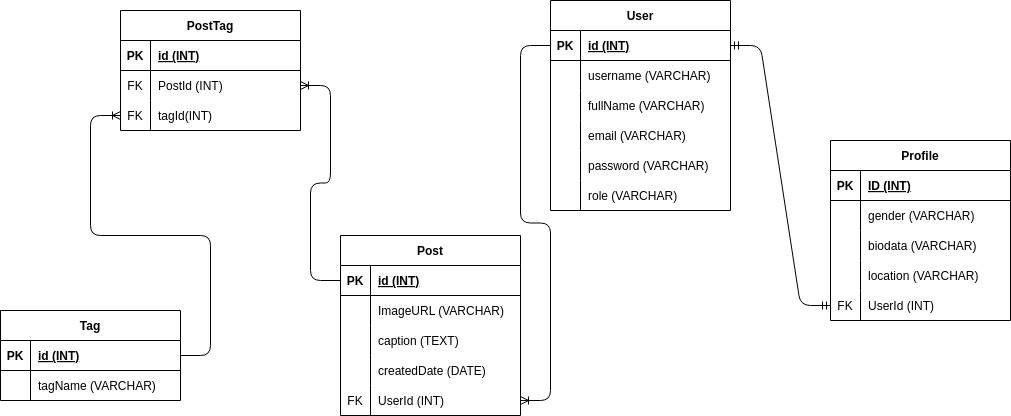
Earlier version of the draw.io export schema.drawio.png (nrlizahh/fsjs-PP-InstagramClone). Source tidied: cells renumbered, new cells last; positions are measured from the earlier drawing's top-left corner, leaving out a move shared by most shapes. Source of this version:
```xml
<mxGraphModel>
  <root>
    <mxCell id="0" />
    <mxCell id="1" parent="0" />
    <mxCell id="2" value="User" style="shape=table;startSize=30;rowLines=0;fontStyle=1;align=center;" parent="1" vertex="1">
      <mxGeometry x="550" width="180" height="210" as="geometry" />
    </mxCell>
    <mxCell id="3" style="shape=tableRow;horizontal=0;startSize=0;swimlaneHead=0;swimlaneBody=0;fillColor=none;points=[[0,0.5],[1,0.5]];portConstraint=eastwest;top=0;left=0;right=0;bottom=1;" parent="2" vertex="1">
      <mxGeometry y="30" width="180" height="30" as="geometry" />
    </mxCell>
    <mxCell id="4" value="PK" style="shape=partialRectangle;fillColor=none;top=0;left=0;bottom=0;right=0;fontStyle=1;overflow=hidden;" parent="3" vertex="1">
      <mxGeometry width="30" height="30" as="geometry" />
    </mxCell>
    <mxCell id="5" value="id (INT)" style="shape=partialRectangle;fillColor=none;top=0;left=0;bottom=0;right=0;align=left;spacingLeft=6;fontStyle=5;overflow=hidden;" parent="3" vertex="1">
      <mxGeometry x="30" width="150" height="30" as="geometry" />
    </mxCell>
    <mxCell id="6" style="shape=tableRow;horizontal=0;startSize=0;swimlaneHead=0;swimlaneBody=0;fillColor=none;top=0;left=0;right=0;bottom=0;" parent="2" vertex="1">
      <mxGeometry y="60" width="180" height="30" as="geometry" />
    </mxCell>
    <mxCell id="7" style="shape=partialRectangle;fillColor=none;top=0;left=0;bottom=0;right=0;overflow=hidden;" parent="6" vertex="1">
      <mxGeometry width="30" height="30" as="geometry" />
    </mxCell>
    <mxCell id="8" value="username (VARCHAR)" style="shape=partialRectangle;fillColor=none;top=0;left=0;bottom=0;right=0;align=left;spacingLeft=6;overflow=hidden;" parent="6" vertex="1">
      <mxGeometry x="30" width="150" height="30" as="geometry" />
    </mxCell>
    <mxCell id="9" style="shape=tableRow;horizontal=0;startSize=0;swimlaneHead=0;swimlaneBody=0;fillColor=none;top=0;left=0;right=0;bottom=0;" parent="2" vertex="1">
      <mxGeometry y="90" width="180" height="30" as="geometry" />
    </mxCell>
    <mxCell id="10" style="shape=partialRectangle;fillColor=none;top=0;left=0;bottom=0;right=0;overflow=hidden;" parent="9" vertex="1">
      <mxGeometry width="30" height="30" as="geometry" />
    </mxCell>
    <mxCell id="11" value="fullName (VARCHAR)" style="shape=partialRectangle;fillColor=none;top=0;left=0;bottom=0;right=0;align=left;spacingLeft=6;overflow=hidden;" parent="9" vertex="1">
      <mxGeometry x="30" width="150" height="30" as="geometry" />
    </mxCell>
    <mxCell id="12" style="shape=tableRow;horizontal=0;startSize=0;swimlaneHead=0;swimlaneBody=0;fillColor=none;top=0;left=0;right=0;bottom=0;" parent="2" vertex="1">
      <mxGeometry y="120" width="180" height="30" as="geometry" />
    </mxCell>
    <mxCell id="13" style="shape=partialRectangle;fillColor=none;top=0;left=0;bottom=0;right=0;overflow=hidden;" parent="12" vertex="1">
      <mxGeometry width="30" height="30" as="geometry" />
    </mxCell>
    <mxCell id="14" value="email (VARCHAR)" style="shape=partialRectangle;fillColor=none;top=0;left=0;bottom=0;right=0;align=left;spacingLeft=6;overflow=hidden;" parent="12" vertex="1">
      <mxGeometry x="30" width="150" height="30" as="geometry" />
    </mxCell>
    <mxCell id="15" style="shape=tableRow;horizontal=0;startSize=0;swimlaneHead=0;swimlaneBody=0;fillColor=none;top=0;left=0;right=0;bottom=0;" parent="2" vertex="1">
      <mxGeometry y="150" width="180" height="30" as="geometry" />
    </mxCell>
    <mxCell id="16" style="shape=partialRectangle;fillColor=none;top=0;left=0;bottom=0;right=0;overflow=hidden;" parent="15" vertex="1">
      <mxGeometry width="30" height="30" as="geometry" />
    </mxCell>
    <mxCell id="17" value="password (VARCHAR)" style="shape=partialRectangle;fillColor=none;top=0;left=0;bottom=0;right=0;align=left;spacingLeft=6;overflow=hidden;" parent="15" vertex="1">
      <mxGeometry x="30" width="150" height="30" as="geometry" />
    </mxCell>
    <mxCell id="18" style="shape=tableRow;horizontal=0;startSize=0;swimlaneHead=0;swimlaneBody=0;fillColor=none;top=0;left=0;right=0;bottom=0;" parent="2" vertex="1">
      <mxGeometry y="180" width="180" height="30" as="geometry" />
    </mxCell>
    <mxCell id="19" style="shape=partialRectangle;fillColor=none;top=0;left=0;bottom=0;right=0;overflow=hidden;" parent="18" vertex="1">
      <mxGeometry width="30" height="30" as="geometry" />
    </mxCell>
    <mxCell id="20" value="role (VARCHAR)" style="shape=partialRectangle;fillColor=none;top=0;left=0;bottom=0;right=0;align=left;spacingLeft=6;overflow=hidden;" parent="18" vertex="1">
      <mxGeometry x="30" width="150" height="30" as="geometry" />
    </mxCell>
    <mxCell id="21" value="Profile" style="shape=table;startSize=30;rowLines=0;fontStyle=1;align=center;" parent="1" vertex="1">
      <mxGeometry x="830" y="140" width="180" height="180" as="geometry" />
    </mxCell>
    <mxCell id="22" style="shape=tableRow;horizontal=0;startSize=0;swimlaneHead=0;swimlaneBody=0;fillColor=none;top=0;left=0;right=0;bottom=1;" parent="21" vertex="1">
      <mxGeometry y="30" width="180" height="30" as="geometry" />
    </mxCell>
    <mxCell id="23" value="PK" style="shape=partialRectangle;fillColor=none;top=0;left=0;bottom=0;right=0;fontStyle=1;overflow=hidden;" parent="22" vertex="1">
      <mxGeometry width="30" height="30" as="geometry" />
    </mxCell>
    <mxCell id="24" value="ID (INT)" style="shape=partialRectangle;fillColor=none;top=0;left=0;bottom=0;right=0;align=left;spacingLeft=6;fontStyle=5;overflow=hidden;" parent="22" vertex="1">
      <mxGeometry x="30" width="150" height="30" as="geometry" />
    </mxCell>
    <mxCell id="25" style="shape=tableRow;horizontal=0;startSize=0;swimlaneHead=0;swimlaneBody=0;fillColor=none;top=0;left=0;right=0;bottom=0;" parent="21" vertex="1">
      <mxGeometry y="60" width="180" height="30" as="geometry" />
    </mxCell>
    <mxCell id="26" style="shape=partialRectangle;fillColor=none;top=0;left=0;bottom=0;right=0;overflow=hidden;" parent="25" vertex="1">
      <mxGeometry width="30" height="30" as="geometry" />
    </mxCell>
    <mxCell id="27" value="gender (VARCHAR)" style="shape=partialRectangle;fillColor=none;top=0;left=0;bottom=0;right=0;align=left;spacingLeft=6;overflow=hidden;" parent="25" vertex="1">
      <mxGeometry x="30" width="150" height="30" as="geometry" />
    </mxCell>
    <mxCell id="28" style="shape=tableRow;horizontal=0;startSize=0;swimlaneHead=0;swimlaneBody=0;fillColor=none;top=0;left=0;right=0;bottom=0;" parent="21" vertex="1">
      <mxGeometry y="90" width="180" height="30" as="geometry" />
    </mxCell>
    <mxCell id="29" style="shape=partialRectangle;fillColor=none;top=0;left=0;bottom=0;right=0;overflow=hidden;" parent="28" vertex="1">
      <mxGeometry width="30" height="30" as="geometry" />
    </mxCell>
    <mxCell id="30" value="biodata (VARCHAR)" style="shape=partialRectangle;fillColor=none;top=0;left=0;bottom=0;right=0;align=left;spacingLeft=6;overflow=hidden;" parent="28" vertex="1">
      <mxGeometry x="30" width="150" height="30" as="geometry" />
    </mxCell>
    <mxCell id="31" style="shape=tableRow;horizontal=0;startSize=0;swimlaneHead=0;swimlaneBody=0;fillColor=none;top=0;left=0;right=0;bottom=0;" parent="21" vertex="1">
      <mxGeometry y="120" width="180" height="30" as="geometry" />
    </mxCell>
    <mxCell id="32" style="shape=partialRectangle;fillColor=none;top=0;left=0;bottom=0;right=0;overflow=hidden;" parent="31" vertex="1">
      <mxGeometry width="30" height="30" as="geometry" />
    </mxCell>
    <mxCell id="33" value="location (VARCHAR)" style="shape=partialRectangle;fillColor=none;top=0;left=0;bottom=0;right=0;align=left;spacingLeft=6;overflow=hidden;" parent="31" vertex="1">
      <mxGeometry x="30" width="150" height="30" as="geometry" />
    </mxCell>
    <mxCell id="34" style="shape=tableRow;horizontal=0;startSize=0;swimlaneHead=0;swimlaneBody=0;fillColor=none;points=[[0,0.5],[1,0.5]];portConstraint=eastwest;top=0;left=0;right=0;bottom=0;" parent="21" vertex="1">
      <mxGeometry y="150" width="180" height="30" as="geometry" />
    </mxCell>
    <mxCell id="35" value="FK" style="shape=partialRectangle;fillColor=none;top=0;left=0;bottom=0;right=0;overflow=hidden;" parent="34" vertex="1">
      <mxGeometry width="30" height="30" as="geometry" />
    </mxCell>
    <mxCell id="36" value="UserId (INT)" style="shape=partialRectangle;fillColor=none;top=0;left=0;bottom=0;right=0;align=left;spacingLeft=6;overflow=hidden;" parent="34" vertex="1">
      <mxGeometry x="30" width="150" height="30" as="geometry" />
    </mxCell>
    <mxCell id="37" style="edgeStyle=entityRelationEdgeStyle;fontSize=12;html=1;endArrow=ERmandOne;startArrow=ERmandOne;exitX=1;exitY=0.5;exitDx=0;exitDy=0;entryX=0;entryY=0.5;entryDx=0;entryDy=0;" parent="1" edge="1" source="3" target="34">
      <mxGeometry relative="1" as="geometry" />
    </mxCell>
    <mxCell id="38" value="Post" style="shape=table;startSize=30;rowLines=0;fontStyle=1;align=center;" parent="1" vertex="1">
      <mxGeometry x="340" y="235" width="180" height="180" as="geometry" />
    </mxCell>
    <mxCell id="39" style="shape=tableRow;horizontal=0;startSize=0;swimlaneHead=0;swimlaneBody=0;fillColor=none;points=[[0,0.5],[1,0.5]];portConstraint=eastwest;top=0;left=0;right=0;bottom=1;" parent="38" vertex="1">
      <mxGeometry y="30" width="180" height="30" as="geometry" />
    </mxCell>
    <mxCell id="40" value="PK" style="shape=partialRectangle;fillColor=none;top=0;left=0;bottom=0;right=0;fontStyle=1;overflow=hidden;" parent="39" vertex="1">
      <mxGeometry width="30" height="30" as="geometry" />
    </mxCell>
    <mxCell id="41" value="id (INT)" style="shape=partialRectangle;fillColor=none;top=0;left=0;bottom=0;right=0;align=left;spacingLeft=6;fontStyle=5;overflow=hidden;" parent="39" vertex="1">
      <mxGeometry x="30" width="150" height="30" as="geometry" />
    </mxCell>
    <mxCell id="42" style="shape=tableRow;horizontal=0;startSize=0;swimlaneHead=0;swimlaneBody=0;fillColor=none;top=0;left=0;right=0;bottom=0;" parent="38" vertex="1">
      <mxGeometry y="60" width="180" height="30" as="geometry" />
    </mxCell>
    <mxCell id="43" style="shape=partialRectangle;fillColor=none;top=0;left=0;bottom=0;right=0;overflow=hidden;" parent="42" vertex="1">
      <mxGeometry width="30" height="30" as="geometry" />
    </mxCell>
    <mxCell id="44" value="ImageURL (VARCHAR)" style="shape=partialRectangle;fillColor=none;top=0;left=0;bottom=0;right=0;align=left;spacingLeft=6;overflow=hidden;" parent="42" vertex="1">
      <mxGeometry x="30" width="150" height="30" as="geometry" />
    </mxCell>
    <mxCell id="45" style="shape=tableRow;horizontal=0;startSize=0;swimlaneHead=0;swimlaneBody=0;fillColor=none;top=0;left=0;right=0;bottom=0;" parent="38" vertex="1">
      <mxGeometry y="90" width="180" height="30" as="geometry" />
    </mxCell>
    <mxCell id="46" style="shape=partialRectangle;fillColor=none;top=0;left=0;bottom=0;right=0;overflow=hidden;" parent="45" vertex="1">
      <mxGeometry width="30" height="30" as="geometry" />
    </mxCell>
    <mxCell id="47" value="caption (TEXT)" style="shape=partialRectangle;fillColor=none;top=0;left=0;bottom=0;right=0;align=left;spacingLeft=6;overflow=hidden;" parent="45" vertex="1">
      <mxGeometry x="30" width="150" height="30" as="geometry" />
    </mxCell>
    <mxCell id="48" style="shape=tableRow;horizontal=0;startSize=0;swimlaneHead=0;swimlaneBody=0;fillColor=none;top=0;left=0;right=0;bottom=0;" parent="38" vertex="1">
      <mxGeometry y="120" width="180" height="30" as="geometry" />
    </mxCell>
    <mxCell id="49" style="shape=partialRectangle;fillColor=none;top=0;left=0;bottom=0;right=0;overflow=hidden;" parent="48" vertex="1">
      <mxGeometry width="30" height="30" as="geometry" />
    </mxCell>
    <mxCell id="50" value="createdDate (DATE)" style="shape=partialRectangle;fillColor=none;top=0;left=0;bottom=0;right=0;align=left;spacingLeft=6;overflow=hidden;" parent="48" vertex="1">
      <mxGeometry x="30" width="150" height="30" as="geometry" />
    </mxCell>
    <mxCell id="51" style="shape=tableRow;horizontal=0;startSize=0;swimlaneHead=0;swimlaneBody=0;fillColor=none;points=[[0,0.5],[1,0.5]];portConstraint=eastwest;top=0;left=0;right=0;bottom=0;" parent="38" vertex="1">
      <mxGeometry y="150" width="180" height="30" as="geometry" />
    </mxCell>
    <mxCell id="52" value="FK" style="shape=partialRectangle;fillColor=none;top=0;left=0;bottom=0;right=0;overflow=hidden;" parent="51" vertex="1">
      <mxGeometry width="30" height="30" as="geometry" />
    </mxCell>
    <mxCell id="53" value="UserId (INT)" style="shape=partialRectangle;fillColor=none;top=0;left=0;bottom=0;right=0;align=left;spacingLeft=6;overflow=hidden;" parent="51" vertex="1">
      <mxGeometry x="30" width="150" height="30" as="geometry" />
    </mxCell>
    <mxCell id="54" style="edgeStyle=entityRelationEdgeStyle;fontSize=12;html=1;endArrow=ERoneToMany;entryX=1;entryY=0.5;entryDx=0;entryDy=0;exitX=0;exitY=0.5;exitDx=0;exitDy=0;" parent="1" edge="1" source="3" target="51">
      <mxGeometry relative="1" as="geometry" />
    </mxCell>
    <mxCell id="55" value="Tag" style="shape=table;startSize=30;rowLines=0;fontStyle=1;align=center;" parent="1" vertex="1">
      <mxGeometry y="310" width="180" height="90" as="geometry" />
    </mxCell>
    <mxCell id="56" style="shape=tableRow;horizontal=0;startSize=0;swimlaneHead=0;swimlaneBody=0;fillColor=none;points=[[0,0.5],[1,0.5]];portConstraint=eastwest;top=0;left=0;right=0;bottom=1;" parent="55" vertex="1">
      <mxGeometry y="30" width="180" height="30" as="geometry" />
    </mxCell>
    <mxCell id="57" value="PK" style="shape=partialRectangle;fillColor=none;top=0;left=0;bottom=0;right=0;fontStyle=1;overflow=hidden;" parent="56" vertex="1">
      <mxGeometry width="30" height="30" as="geometry" />
    </mxCell>
    <mxCell id="58" value="id (INT)" style="shape=partialRectangle;fillColor=none;top=0;left=0;bottom=0;right=0;align=left;spacingLeft=6;fontStyle=5;overflow=hidden;" parent="56" vertex="1">
      <mxGeometry x="30" width="150" height="30" as="geometry" />
    </mxCell>
    <mxCell id="59" style="shape=tableRow;horizontal=0;startSize=0;swimlaneHead=0;swimlaneBody=0;fillColor=none;top=0;left=0;right=0;bottom=0;" parent="55" vertex="1">
      <mxGeometry y="60" width="180" height="30" as="geometry" />
    </mxCell>
    <mxCell id="60" style="shape=partialRectangle;fillColor=none;top=0;left=0;bottom=0;right=0;overflow=hidden;" parent="59" vertex="1">
      <mxGeometry width="30" height="30" as="geometry" />
    </mxCell>
    <mxCell id="61" value="tagName (VARCHAR)" style="shape=partialRectangle;fillColor=none;top=0;left=0;bottom=0;right=0;align=left;spacingLeft=6;overflow=hidden;" parent="59" vertex="1">
      <mxGeometry x="30" width="150" height="30" as="geometry" />
    </mxCell>
    <mxCell id="62" value="PostTag" style="shape=table;startSize=30;rowLines=0;fontStyle=1;align=center;" parent="1" vertex="1">
      <mxGeometry x="120" y="10" width="180" height="120" as="geometry" />
    </mxCell>
    <mxCell id="63" style="shape=tableRow;horizontal=0;startSize=0;swimlaneHead=0;swimlaneBody=0;fillColor=none;top=0;left=0;right=0;bottom=1;" parent="62" vertex="1">
      <mxGeometry y="30" width="180" height="30" as="geometry" />
    </mxCell>
    <mxCell id="64" value="PK" style="shape=partialRectangle;fillColor=none;top=0;left=0;bottom=0;right=0;fontStyle=1;overflow=hidden;" parent="63" vertex="1">
      <mxGeometry width="30" height="30" as="geometry" />
    </mxCell>
    <mxCell id="65" value="id (INT)" style="shape=partialRectangle;fillColor=none;top=0;left=0;bottom=0;right=0;align=left;spacingLeft=6;fontStyle=5;overflow=hidden;" parent="63" vertex="1">
      <mxGeometry x="30" width="150" height="30" as="geometry" />
    </mxCell>
    <mxCell id="66" style="shape=tableRow;horizontal=0;startSize=0;swimlaneHead=0;swimlaneBody=0;fillColor=none;points=[[0,0.5],[1,0.5]];portConstraint=eastwest;top=0;left=0;right=0;bottom=0;" parent="62" vertex="1">
      <mxGeometry y="60" width="180" height="30" as="geometry" />
    </mxCell>
    <mxCell id="67" value="FK" style="shape=partialRectangle;fillColor=none;top=0;left=0;bottom=0;right=0;overflow=hidden;" parent="66" vertex="1">
      <mxGeometry width="30" height="30" as="geometry" />
    </mxCell>
    <mxCell id="68" value="PostId (INT)" style="shape=partialRectangle;fillColor=none;top=0;left=0;bottom=0;right=0;align=left;spacingLeft=6;overflow=hidden;" parent="66" vertex="1">
      <mxGeometry x="30" width="150" height="30" as="geometry" />
    </mxCell>
    <mxCell id="69" style="shape=tableRow;horizontal=0;startSize=0;swimlaneHead=0;swimlaneBody=0;fillColor=none;top=0;left=0;right=0;bottom=0;" parent="62" vertex="1">
      <mxGeometry y="90" width="180" height="30" as="geometry" />
    </mxCell>
    <mxCell id="70" value="FK" style="shape=partialRectangle;fillColor=none;top=0;left=0;bottom=0;right=0;overflow=hidden;" parent="69" vertex="1">
      <mxGeometry width="30" height="30" as="geometry" />
    </mxCell>
    <mxCell id="71" value="tagId(INT)" style="shape=partialRectangle;fillColor=none;top=0;left=0;bottom=0;right=0;align=left;spacingLeft=6;overflow=hidden;" parent="69" vertex="1">
      <mxGeometry x="30" width="150" height="30" as="geometry" />
    </mxCell>
    <mxCell id="72" style="edgeStyle=entityRelationEdgeStyle;fontSize=12;html=1;endArrow=ERoneToMany;exitX=1;exitY=0.5;exitDx=0;exitDy=0;" parent="1" edge="1" source="56">
      <mxGeometry relative="1" as="geometry">
        <mxPoint x="120" y="115" as="targetPoint" />
      </mxGeometry>
    </mxCell>
    <mxCell id="73" style="edgeStyle=entityRelationEdgeStyle;fontSize=12;html=1;endArrow=ERoneToMany;entryX=1;entryY=0.5;entryDx=0;entryDy=0;exitX=0;exitY=0.5;exitDx=0;exitDy=0;" parent="1" edge="1" source="39" target="66">
      <mxGeometry relative="1" as="geometry" />
    </mxCell>
  </root>
</mxGraphModel>
```
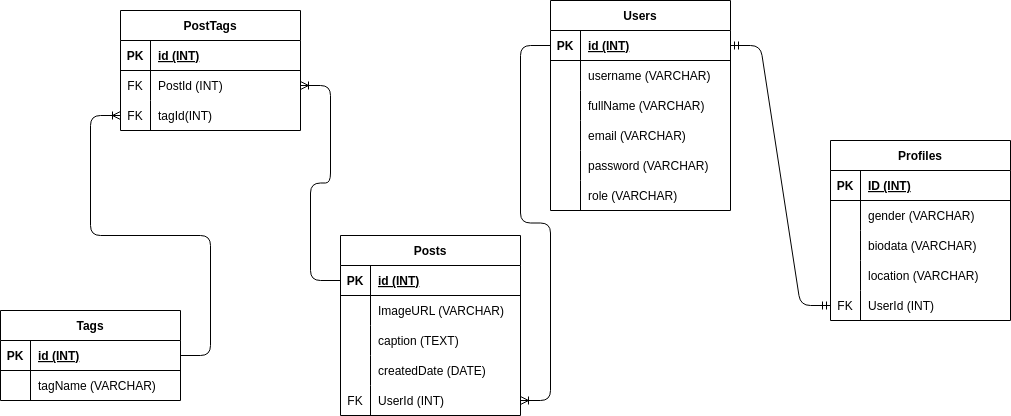
Above is the later version.

What changed in the source:
```diff
@@ -2,7 +2,7 @@
   <root>
     <mxCell id="0" />
     <mxCell id="1" parent="0" />
-    <mxCell id="2" value="User" style="shape=table;startSize=30;rowLines=0;fontStyle=1;align=center;" parent="1" vertex="1">
+    <mxCell id="2" value="Users" style="shape=table;startSize=30;rowLines=0;fontStyle=1;align=center;" parent="1" vertex="1">
       <mxGeometry x="550" width="180" height="210" as="geometry" />
     </mxCell>
     <mxCell id="3" style="shape=tableRow;horizontal=0;startSize=0;swimlaneHead=0;swimlaneBody=0;fillColor=none;points=[[0,0.5],[1,0.5]];portConstraint=eastwest;top=0;left=0;right=0;bottom=1;" parent="2" vertex="1">
@@ -59,7 +59,7 @@
     <mxCell id="20" value="role (VARCHAR)" style="shape=partialRectangle;fillColor=none;top=0;left=0;bottom=0;right=0;align=left;spacingLeft=6;overflow=hidden;" parent="18" vertex="1">
       <mxGeometry x="30" width="150" height="30" as="geometry" />
     </mxCell>
-    <mxCell id="21" value="Profile" style="shape=table;startSize=30;rowLines=0;fontStyle=1;align=center;" parent="1" vertex="1">
+    <mxCell id="21" value="Profiles" style="shape=table;startSize=30;rowLines=0;fontStyle=1;align=center;" parent="1" vertex="1">
       <mxGeometry x="830" y="140" width="180" height="180" as="geometry" />
     </mxCell>
     <mxCell id="22" style="shape=tableRow;horizontal=0;startSize=0;swimlaneHead=0;swimlaneBody=0;fillColor=none;top=0;left=0;right=0;bottom=1;" parent="21" vertex="1">
@@ -110,7 +110,7 @@
     <mxCell id="37" style="edgeStyle=entityRelationEdgeStyle;fontSize=12;html=1;endArrow=ERmandOne;startArrow=ERmandOne;exitX=1;exitY=0.5;exitDx=0;exitDy=0;entryX=0;entryY=0.5;entryDx=0;entryDy=0;" parent="1" edge="1" source="3" target="34">
       <mxGeometry relative="1" as="geometry" />
     </mxCell>
-    <mxCell id="38" value="Post" style="shape=table;startSize=30;rowLines=0;fontStyle=1;align=center;" parent="1" vertex="1">
+    <mxCell id="38" value="Posts" style="shape=table;startSize=30;rowLines=0;fontStyle=1;align=center;" parent="1" vertex="1">
       <mxGeometry x="340" y="235" width="180" height="180" as="geometry" />
     </mxCell>
     <mxCell id="39" style="shape=tableRow;horizontal=0;startSize=0;swimlaneHead=0;swimlaneBody=0;fillColor=none;points=[[0,0.5],[1,0.5]];portConstraint=eastwest;top=0;left=0;right=0;bottom=1;" parent="38" vertex="1">
@@ -161,7 +161,7 @@
     <mxCell id="54" style="edgeStyle=entityRelationEdgeStyle;fontSize=12;html=1;endArrow=ERoneToMany;entryX=1;entryY=0.5;entryDx=0;entryDy=0;exitX=0;exitY=0.5;exitDx=0;exitDy=0;" parent="1" edge="1" source="3" target="51">
       <mxGeometry relative="1" as="geometry" />
     </mxCell>
-    <mxCell id="55" value="Tag" style="shape=table;startSize=30;rowLines=0;fontStyle=1;align=center;" parent="1" vertex="1">
+    <mxCell id="55" value="Tags" style="shape=table;startSize=30;rowLines=0;fontStyle=1;align=center;" parent="1" vertex="1">
       <mxGeometry y="310" width="180" height="90" as="geometry" />
     </mxCell>
     <mxCell id="56" style="shape=tableRow;horizontal=0;startSize=0;swimlaneHead=0;swimlaneBody=0;fillColor=none;points=[[0,0.5],[1,0.5]];portConstraint=eastwest;top=0;left=0;right=0;bottom=1;" parent="55" vertex="1">
@@ -182,7 +182,7 @@
     <mxCell id="61" value="tagName (VARCHAR)" style="shape=partialRectangle;fillColor=none;top=0;left=0;bottom=0;right=0;align=left;spacingLeft=6;overflow=hidden;" parent="59" vertex="1">
       <mxGeometry x="30" width="150" height="30" as="geometry" />
     </mxCell>
-    <mxCell id="62" value="PostTag" style="shape=table;startSize=30;rowLines=0;fontStyle=1;align=center;" parent="1" vertex="1">
+    <mxCell id="62" value="PostTags" style="shape=table;startSize=30;rowLines=0;fontStyle=1;align=center;" parent="1" vertex="1">
       <mxGeometry x="120" y="10" width="180" height="120" as="geometry" />
     </mxCell>
     <mxCell id="63" style="shape=tableRow;horizontal=0;startSize=0;swimlaneHead=0;swimlaneBody=0;fillColor=none;top=0;left=0;right=0;bottom=1;" parent="62" vertex="1">
```
